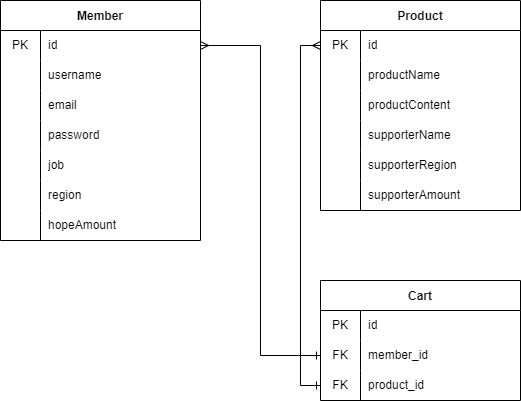
This is src/main/resources/static/Entity.png from leewg97/financial-product-recommendation-service, a draw.io export, as it was before one commit. Source tidied: cells renumbered, new cells last; positions are measured from the earlier drawing's top-left corner, leaving out a move shared by most shapes. Its diagram source:
```xml
<mxGraphModel>
  <root>
    <mxCell id="0" />
    <mxCell id="1" parent="0" />
    <mxCell id="2" value="Member" style="shape=table;startSize=30;rowLines=0;fontStyle=1;" parent="1" vertex="1">
      <mxGeometry width="200" height="240" as="geometry" />
    </mxCell>
    <mxCell id="3" style="shape=tableRow;horizontal=0;startSize=0;swimlaneHead=0;swimlaneBody=0;top=0;left=0;bottom=0;right=0;fillColor=none;points=[[0,0.5],[1,0.5]];portConstraint=eastwest;" parent="2" vertex="1">
      <mxGeometry y="30" width="200" height="30" as="geometry" />
    </mxCell>
    <mxCell id="4" value="PK" style="shape=partialRectangle;html=1;whiteSpace=wrap;fillColor=none;top=0;left=0;bottom=0;right=0;overflow=hidden;" parent="3" vertex="1">
      <mxGeometry width="40" height="30" as="geometry" />
    </mxCell>
    <mxCell id="5" value="id" style="shape=partialRectangle;html=1;whiteSpace=wrap;fillColor=none;top=0;left=0;bottom=0;right=0;align=left;spacingLeft=6;overflow=hidden;" parent="3" vertex="1">
      <mxGeometry x="40" width="160" height="30" as="geometry" />
    </mxCell>
    <mxCell id="6" style="shape=tableRow;horizontal=0;startSize=0;swimlaneHead=0;swimlaneBody=0;top=0;left=0;bottom=0;right=0;fillColor=none;" parent="2" vertex="1">
      <mxGeometry y="60" width="200" height="30" as="geometry" />
    </mxCell>
    <mxCell id="7" style="shape=partialRectangle;html=1;whiteSpace=wrap;fillColor=none;top=0;left=0;bottom=0;right=0;overflow=hidden;" parent="6" vertex="1">
      <mxGeometry width="40" height="30" as="geometry" />
    </mxCell>
    <mxCell id="8" value="username" style="shape=partialRectangle;html=1;whiteSpace=wrap;fillColor=none;top=0;left=0;bottom=0;right=0;align=left;spacingLeft=6;overflow=hidden;" parent="6" vertex="1">
      <mxGeometry x="40" width="160" height="30" as="geometry" />
    </mxCell>
    <mxCell id="9" style="shape=tableRow;horizontal=0;startSize=0;swimlaneHead=0;swimlaneBody=0;top=0;left=0;bottom=0;right=0;fillColor=none;" parent="2" vertex="1">
      <mxGeometry y="90" width="200" height="30" as="geometry" />
    </mxCell>
    <mxCell id="10" style="shape=partialRectangle;html=1;whiteSpace=wrap;fillColor=none;top=0;left=0;bottom=0;right=0;overflow=hidden;" parent="9" vertex="1">
      <mxGeometry width="40" height="30" as="geometry" />
    </mxCell>
    <mxCell id="11" value="email" style="shape=partialRectangle;html=1;whiteSpace=wrap;fillColor=none;top=0;left=0;bottom=0;right=0;align=left;spacingLeft=6;overflow=hidden;" parent="9" vertex="1">
      <mxGeometry x="40" width="160" height="30" as="geometry" />
    </mxCell>
    <mxCell id="12" style="shape=tableRow;horizontal=0;startSize=0;swimlaneHead=0;swimlaneBody=0;top=0;left=0;bottom=0;right=0;fillColor=none;" parent="2" vertex="1">
      <mxGeometry y="120" width="200" height="30" as="geometry" />
    </mxCell>
    <mxCell id="13" style="shape=partialRectangle;html=1;whiteSpace=wrap;fillColor=none;top=0;left=0;bottom=0;right=0;overflow=hidden;" parent="12" vertex="1">
      <mxGeometry width="40" height="30" as="geometry" />
    </mxCell>
    <mxCell id="14" value="password" style="shape=partialRectangle;html=1;whiteSpace=wrap;fillColor=none;top=0;left=0;bottom=0;right=0;align=left;spacingLeft=6;overflow=hidden;" parent="12" vertex="1">
      <mxGeometry x="40" width="160" height="30" as="geometry" />
    </mxCell>
    <mxCell id="15" style="shape=tableRow;horizontal=0;startSize=0;swimlaneHead=0;swimlaneBody=0;top=0;left=0;bottom=0;right=0;fillColor=none;" parent="2" vertex="1">
      <mxGeometry y="150" width="200" height="30" as="geometry" />
    </mxCell>
    <mxCell id="16" style="shape=partialRectangle;html=1;whiteSpace=wrap;fillColor=none;top=0;left=0;bottom=0;right=0;overflow=hidden;" parent="15" vertex="1">
      <mxGeometry width="40" height="30" as="geometry" />
    </mxCell>
    <mxCell id="17" value="job" style="shape=partialRectangle;html=1;whiteSpace=wrap;fillColor=none;top=0;left=0;bottom=0;right=0;align=left;spacingLeft=6;overflow=hidden;" parent="15" vertex="1">
      <mxGeometry x="40" width="160" height="30" as="geometry" />
    </mxCell>
    <mxCell id="18" style="shape=tableRow;horizontal=0;startSize=0;swimlaneHead=0;swimlaneBody=0;top=0;left=0;bottom=0;right=0;fillColor=none;" parent="2" vertex="1">
      <mxGeometry y="180" width="200" height="30" as="geometry" />
    </mxCell>
    <mxCell id="19" style="shape=partialRectangle;html=1;whiteSpace=wrap;fillColor=none;top=0;left=0;bottom=0;right=0;overflow=hidden;" parent="18" vertex="1">
      <mxGeometry width="40" height="30" as="geometry" />
    </mxCell>
    <mxCell id="20" value="region" style="shape=partialRectangle;html=1;whiteSpace=wrap;fillColor=none;top=0;left=0;bottom=0;right=0;align=left;spacingLeft=6;overflow=hidden;" parent="18" vertex="1">
      <mxGeometry x="40" width="160" height="30" as="geometry" />
    </mxCell>
    <mxCell id="21" style="shape=tableRow;horizontal=0;startSize=0;swimlaneHead=0;swimlaneBody=0;top=0;left=0;bottom=0;right=0;fillColor=none;" parent="2" vertex="1">
      <mxGeometry y="210" width="200" height="30" as="geometry" />
    </mxCell>
    <mxCell id="22" style="shape=partialRectangle;html=1;whiteSpace=wrap;fillColor=none;top=0;left=0;bottom=0;right=0;overflow=hidden;" parent="21" vertex="1">
      <mxGeometry width="40" height="30" as="geometry" />
    </mxCell>
    <mxCell id="23" value="hopeAmount" style="shape=partialRectangle;html=1;whiteSpace=wrap;fillColor=none;top=0;left=0;bottom=0;right=0;align=left;spacingLeft=6;overflow=hidden;" parent="21" vertex="1">
      <mxGeometry x="40" width="160" height="30" as="geometry" />
    </mxCell>
    <mxCell id="24" value="Product" style="shape=table;startSize=30;rowLines=0;fontStyle=1;" parent="1" vertex="1">
      <mxGeometry x="320" width="200" height="210" as="geometry" />
    </mxCell>
    <mxCell id="25" style="shape=tableRow;horizontal=0;startSize=0;swimlaneHead=0;swimlaneBody=0;top=0;left=0;bottom=0;right=0;fillColor=none;points=[[0,0.5],[1,0.5]];portConstraint=eastwest;" parent="24" vertex="1">
      <mxGeometry y="30" width="200" height="30" as="geometry" />
    </mxCell>
    <mxCell id="26" value="PK" style="shape=partialRectangle;html=1;whiteSpace=wrap;fillColor=none;top=0;left=0;bottom=0;right=0;overflow=hidden;" parent="25" vertex="1">
      <mxGeometry width="40" height="30" as="geometry" />
    </mxCell>
    <mxCell id="27" value="id" style="shape=partialRectangle;html=1;whiteSpace=wrap;fillColor=none;top=0;left=0;bottom=0;right=0;align=left;spacingLeft=6;overflow=hidden;" parent="25" vertex="1">
      <mxGeometry x="40" width="160" height="30" as="geometry" />
    </mxCell>
    <mxCell id="28" style="shape=tableRow;horizontal=0;startSize=0;swimlaneHead=0;swimlaneBody=0;top=0;left=0;bottom=0;right=0;fillColor=none;" parent="24" vertex="1">
      <mxGeometry y="60" width="200" height="30" as="geometry" />
    </mxCell>
    <mxCell id="29" style="shape=partialRectangle;html=1;whiteSpace=wrap;fillColor=none;top=0;left=0;bottom=0;right=0;overflow=hidden;" parent="28" vertex="1">
      <mxGeometry width="40" height="30" as="geometry" />
    </mxCell>
    <mxCell id="30" value="productName" style="shape=partialRectangle;html=1;whiteSpace=wrap;fillColor=none;top=0;left=0;bottom=0;right=0;align=left;spacingLeft=6;overflow=hidden;" parent="28" vertex="1">
      <mxGeometry x="40" width="160" height="30" as="geometry" />
    </mxCell>
    <mxCell id="31" style="shape=tableRow;horizontal=0;startSize=0;swimlaneHead=0;swimlaneBody=0;top=0;left=0;bottom=0;right=0;fillColor=none;points=[[0,0.5],[1,0.5]];portConstraint=eastwest;" parent="24" vertex="1">
      <mxGeometry y="90" width="200" height="30" as="geometry" />
    </mxCell>
    <mxCell id="32" style="shape=partialRectangle;html=1;whiteSpace=wrap;fillColor=none;top=0;left=0;bottom=0;right=0;overflow=hidden;" parent="31" vertex="1">
      <mxGeometry width="40" height="30" as="geometry" />
    </mxCell>
    <mxCell id="33" value="productContent" style="shape=partialRectangle;html=1;whiteSpace=wrap;fillColor=none;top=0;left=0;bottom=0;right=0;align=left;spacingLeft=6;overflow=hidden;" parent="31" vertex="1">
      <mxGeometry x="40" width="160" height="30" as="geometry" />
    </mxCell>
    <mxCell id="34" style="shape=tableRow;horizontal=0;startSize=0;swimlaneHead=0;swimlaneBody=0;top=0;left=0;bottom=0;right=0;fillColor=none;" parent="24" vertex="1">
      <mxGeometry y="120" width="200" height="30" as="geometry" />
    </mxCell>
    <mxCell id="35" style="shape=partialRectangle;html=1;whiteSpace=wrap;fillColor=none;top=0;left=0;bottom=0;right=0;overflow=hidden;" parent="34" vertex="1">
      <mxGeometry width="40" height="30" as="geometry" />
    </mxCell>
    <mxCell id="36" value="supporterName" style="shape=partialRectangle;html=1;whiteSpace=wrap;fillColor=none;top=0;left=0;bottom=0;right=0;align=left;spacingLeft=6;overflow=hidden;" parent="34" vertex="1">
      <mxGeometry x="40" width="160" height="30" as="geometry" />
    </mxCell>
    <mxCell id="37" style="shape=tableRow;horizontal=0;startSize=0;swimlaneHead=0;swimlaneBody=0;top=0;left=0;bottom=0;right=0;fillColor=none;" parent="24" vertex="1">
      <mxGeometry y="150" width="200" height="30" as="geometry" />
    </mxCell>
    <mxCell id="38" style="shape=partialRectangle;html=1;whiteSpace=wrap;fillColor=none;top=0;left=0;bottom=0;right=0;overflow=hidden;" parent="37" vertex="1">
      <mxGeometry width="40" height="30" as="geometry" />
    </mxCell>
    <mxCell id="39" value="supporterRegion" style="shape=partialRectangle;html=1;whiteSpace=wrap;fillColor=none;top=0;left=0;bottom=0;right=0;align=left;spacingLeft=6;overflow=hidden;" parent="37" vertex="1">
      <mxGeometry x="40" width="160" height="30" as="geometry" />
    </mxCell>
    <mxCell id="40" style="shape=tableRow;horizontal=0;startSize=0;swimlaneHead=0;swimlaneBody=0;top=0;left=0;bottom=0;right=0;fillColor=none;" parent="24" vertex="1">
      <mxGeometry y="180" width="200" height="30" as="geometry" />
    </mxCell>
    <mxCell id="41" style="shape=partialRectangle;html=1;whiteSpace=wrap;fillColor=none;top=0;left=0;bottom=0;right=0;overflow=hidden;" parent="40" vertex="1">
      <mxGeometry width="40" height="30" as="geometry" />
    </mxCell>
    <mxCell id="42" value="supporterAmount" style="shape=partialRectangle;html=1;whiteSpace=wrap;fillColor=none;top=0;left=0;bottom=0;right=0;align=left;spacingLeft=6;overflow=hidden;" parent="40" vertex="1">
      <mxGeometry x="40" width="160" height="30" as="geometry" />
    </mxCell>
    <mxCell id="43" value="Cart" style="shape=table;startSize=30;rowLines=0;fontStyle=1;" parent="1" vertex="1">
      <mxGeometry x="320" y="280" width="200" height="120" as="geometry" />
    </mxCell>
    <mxCell id="44" style="shape=tableRow;horizontal=0;startSize=0;swimlaneHead=0;swimlaneBody=0;top=0;left=0;bottom=0;right=0;fillColor=none;" parent="43" vertex="1">
      <mxGeometry y="30" width="200" height="30" as="geometry" />
    </mxCell>
    <mxCell id="45" value="PK" style="shape=partialRectangle;html=1;whiteSpace=wrap;fillColor=none;top=0;left=0;bottom=0;right=0;overflow=hidden;" parent="44" vertex="1">
      <mxGeometry width="40" height="30" as="geometry" />
    </mxCell>
    <mxCell id="46" value="id" style="shape=partialRectangle;html=1;whiteSpace=wrap;fillColor=none;top=0;left=0;bottom=0;right=0;align=left;spacingLeft=6;overflow=hidden;" parent="44" vertex="1">
      <mxGeometry x="40" width="160" height="30" as="geometry" />
    </mxCell>
    <mxCell id="47" style="shape=tableRow;horizontal=0;startSize=0;swimlaneHead=0;swimlaneBody=0;top=0;left=0;bottom=0;right=0;fillColor=none;points=[[0,0.5],[1,0.5]];portConstraint=eastwest;" parent="43" vertex="1">
      <mxGeometry y="60" width="200" height="30" as="geometry" />
    </mxCell>
    <mxCell id="48" value="FK" style="shape=partialRectangle;html=1;whiteSpace=wrap;fillColor=none;top=0;left=0;bottom=0;right=0;overflow=hidden;" parent="47" vertex="1">
      <mxGeometry width="40" height="30" as="geometry" />
    </mxCell>
    <mxCell id="49" value="member_id" style="shape=partialRectangle;html=1;whiteSpace=wrap;fillColor=none;top=0;left=0;bottom=0;right=0;align=left;spacingLeft=6;overflow=hidden;" parent="47" vertex="1">
      <mxGeometry x="40" width="160" height="30" as="geometry" />
    </mxCell>
    <mxCell id="50" style="shape=tableRow;horizontal=0;startSize=0;swimlaneHead=0;swimlaneBody=0;top=0;left=0;bottom=0;right=0;fillColor=none;points=[[0,0.5],[1,0.5]];portConstraint=eastwest;" parent="43" vertex="1">
      <mxGeometry y="90" width="200" height="30" as="geometry" />
    </mxCell>
    <mxCell id="51" value="FK" style="shape=partialRectangle;html=1;whiteSpace=wrap;fillColor=none;top=0;left=0;bottom=0;right=0;overflow=hidden;" parent="50" vertex="1">
      <mxGeometry width="40" height="30" as="geometry" />
    </mxCell>
    <mxCell id="52" value="product_id" style="shape=partialRectangle;html=1;whiteSpace=wrap;fillColor=none;top=0;left=0;bottom=0;right=0;align=left;spacingLeft=6;overflow=hidden;" parent="50" vertex="1">
      <mxGeometry x="40" width="160" height="30" as="geometry" />
    </mxCell>
    <mxCell id="53" style="edgeStyle=orthogonalEdgeStyle;rounded=0;jettySize=auto;html=1;exitX=0;exitY=0.5;exitDx=0;exitDy=0;entryX=0;entryY=0.5;entryDx=0;entryDy=0;endArrow=ERone;endFill=0;startArrow=ERmany;startFill=0;" parent="1" edge="1" source="25" target="50">
      <mxGeometry relative="1" as="geometry" />
    </mxCell>
    <mxCell id="54" style="edgeStyle=orthogonalEdgeStyle;rounded=0;jettySize=auto;html=1;exitX=1;exitY=0.5;exitDx=0;exitDy=0;startArrow=ERmany;startFill=0;endArrow=ERone;endFill=0;" parent="1" edge="1" source="3" target="47">
      <mxGeometry relative="1" as="geometry" />
    </mxCell>
  </root>
</mxGraphModel>
```
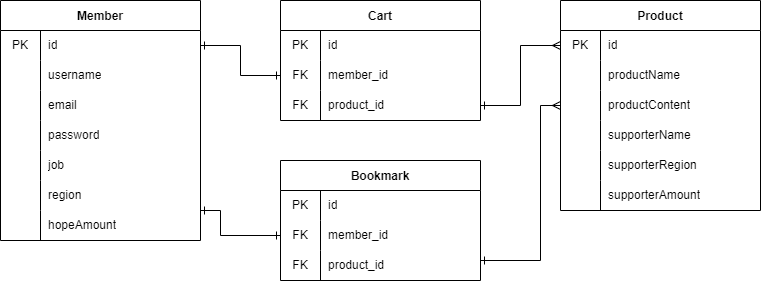
The same file after the commit.

Commit message:
asset : Add ERD

The edit, as a diff of the source:
```diff
@@ -69,7 +69,7 @@
       <mxGeometry x="40" width="160" height="30" as="geometry" />
     </mxCell>
     <mxCell id="24" value="Product" style="shape=table;startSize=30;rowLines=0;fontStyle=1;" parent="1" vertex="1">
-      <mxGeometry x="320" width="200" height="210" as="geometry" />
+      <mxGeometry x="560" width="200" height="210" as="geometry" />
     </mxCell>
     <mxCell id="25" style="shape=tableRow;horizontal=0;startSize=0;swimlaneHead=0;swimlaneBody=0;top=0;left=0;bottom=0;right=0;fillColor=none;points=[[0,0.5],[1,0.5]];portConstraint=eastwest;" parent="24" vertex="1">
       <mxGeometry y="30" width="200" height="30" as="geometry" />
@@ -126,7 +126,7 @@
       <mxGeometry x="40" width="160" height="30" as="geometry" />
     </mxCell>
     <mxCell id="43" value="Cart" style="shape=table;startSize=30;rowLines=0;fontStyle=1;" parent="1" vertex="1">
-      <mxGeometry x="320" y="280" width="200" height="120" as="geometry" />
+      <mxGeometry x="280" width="200" height="120" as="geometry" />
     </mxCell>
     <mxCell id="44" style="shape=tableRow;horizontal=0;startSize=0;swimlaneHead=0;swimlaneBody=0;top=0;left=0;bottom=0;right=0;fillColor=none;" parent="43" vertex="1">
       <mxGeometry y="30" width="200" height="30" as="geometry" />
@@ -155,11 +155,59 @@
     <mxCell id="52" value="product_id" style="shape=partialRectangle;html=1;whiteSpace=wrap;fillColor=none;top=0;left=0;bottom=0;right=0;align=left;spacingLeft=6;overflow=hidden;" parent="50" vertex="1">
       <mxGeometry x="40" width="160" height="30" as="geometry" />
     </mxCell>
-    <mxCell id="53" style="edgeStyle=orthogonalEdgeStyle;rounded=0;jettySize=auto;html=1;exitX=0;exitY=0.5;exitDx=0;exitDy=0;entryX=0;entryY=0.5;entryDx=0;entryDy=0;endArrow=ERone;endFill=0;startArrow=ERmany;startFill=0;" parent="1" edge="1" source="25" target="50">
-      <mxGeometry relative="1" as="geometry" />
-    </mxCell>
-    <mxCell id="54" style="edgeStyle=orthogonalEdgeStyle;rounded=0;jettySize=auto;html=1;exitX=1;exitY=0.5;exitDx=0;exitDy=0;startArrow=ERmany;startFill=0;endArrow=ERone;endFill=0;" parent="1" edge="1" source="3" target="47">
+    <mxCell id="54" style="edgeStyle=orthogonalEdgeStyle;rounded=0;jettySize=auto;html=1;exitX=1;exitY=0.5;exitDx=0;exitDy=0;entryX=0;entryY=0.5;entryDx=0;entryDy=0;startArrow=ERone;startFill=0;endArrow=ERone;endFill=0;" parent="1" edge="1" source="3" target="47">
       <mxGeometry relative="1" as="geometry" />
     </mxCell>
+    <mxCell id="55" style="edgeStyle=orthogonalEdgeStyle;rounded=0;jettySize=auto;html=1;exitX=1;exitY=0.5;exitDx=0;exitDy=0;startArrow=ERone;startFill=0;endArrow=ERmany;endFill=0;" parent="1" edge="1" source="50" target="25">
+      <mxGeometry relative="1" as="geometry" />
+    </mxCell>
+    <mxCell id="56" value="Bookmark" style="shape=table;startSize=30;rowLines=0;fontStyle=1;" parent="1" vertex="1">
+      <mxGeometry x="280" y="160" width="200" height="120" as="geometry" />
+    </mxCell>
+    <mxCell id="57" style="shape=tableRow;horizontal=0;startSize=0;swimlaneHead=0;swimlaneBody=0;top=0;left=0;bottom=0;right=0;fillColor=none;" parent="56" vertex="1">
+      <mxGeometry y="30" width="200" height="30" as="geometry" />
+    </mxCell>
+    <mxCell id="58" value="PK" style="shape=partialRectangle;html=1;whiteSpace=wrap;fillColor=none;top=0;left=0;bottom=0;right=0;overflow=hidden;" parent="57" vertex="1">
+      <mxGeometry width="40" height="30" as="geometry" />
+    </mxCell>
+    <mxCell id="59" value="id" style="shape=partialRectangle;html=1;whiteSpace=wrap;fillColor=none;top=0;left=0;bottom=0;right=0;align=left;spacingLeft=6;overflow=hidden;" parent="57" vertex="1">
+      <mxGeometry x="40" width="160" height="30" as="geometry" />
+    </mxCell>
+    <mxCell id="60" style="shape=tableRow;horizontal=0;startSize=0;swimlaneHead=0;swimlaneBody=0;top=0;left=0;bottom=0;right=0;fillColor=none;points=[[0,0.5],[1,0.5]];portConstraint=eastwest;" parent="56" vertex="1">
+      <mxGeometry y="60" width="200" height="30" as="geometry" />
+    </mxCell>
+    <mxCell id="61" value="FK" style="shape=partialRectangle;html=1;whiteSpace=wrap;fillColor=none;top=0;left=0;bottom=0;right=0;overflow=hidden;" parent="60" vertex="1">
+      <mxGeometry width="40" height="30" as="geometry" />
+    </mxCell>
+    <mxCell id="62" value="member_id" style="shape=partialRectangle;html=1;whiteSpace=wrap;fillColor=none;top=0;left=0;bottom=0;right=0;align=left;spacingLeft=6;overflow=hidden;" parent="60" vertex="1">
+      <mxGeometry x="40" width="160" height="30" as="geometry" />
+    </mxCell>
+    <mxCell id="63" style="shape=tableRow;horizontal=0;startSize=0;swimlaneHead=0;swimlaneBody=0;top=0;left=0;bottom=0;right=0;fillColor=none;" parent="56" vertex="1">
+      <mxGeometry y="90" width="200" height="30" as="geometry" />
+    </mxCell>
+    <mxCell id="64" value="FK" style="shape=partialRectangle;html=1;whiteSpace=wrap;fillColor=none;top=0;left=0;bottom=0;right=0;overflow=hidden;" parent="63" vertex="1">
+      <mxGeometry width="40" height="30" as="geometry" />
+    </mxCell>
+    <mxCell id="65" value="product_id" style="shape=partialRectangle;html=1;whiteSpace=wrap;fillColor=none;top=0;left=0;bottom=0;right=0;align=left;spacingLeft=6;overflow=hidden;" parent="63" vertex="1">
+      <mxGeometry x="40" width="160" height="30" as="geometry" />
+    </mxCell>
+    <mxCell id="66" style="edgeStyle=orthogonalEdgeStyle;rounded=0;jettySize=auto;html=1;exitX=1;exitY=0.5;exitDx=0;exitDy=0;startArrow=ERone;startFill=0;endArrow=ERone;endFill=0;entryX=0;entryY=0.5;entryDx=0;entryDy=0;" parent="1" edge="1" target="60">
+      <mxGeometry relative="1" as="geometry">
+        <mxPoint x="200" y="210" as="sourcePoint" />
+        <Array as="points">
+          <mxPoint x="220" y="210" />
+          <mxPoint x="220" y="235" />
+        </Array>
+      </mxGeometry>
+    </mxCell>
+    <mxCell id="67" style="edgeStyle=orthogonalEdgeStyle;rounded=0;jettySize=auto;html=1;exitX=1;exitY=0.5;exitDx=0;exitDy=0;startArrow=ERone;startFill=0;endArrow=ERmany;endFill=0;entryX=0;entryY=0.5;entryDx=0;entryDy=0;" parent="1" edge="1" target="31">
+      <mxGeometry relative="1" as="geometry">
+        <mxPoint x="480" y="260" as="sourcePoint" />
+        <Array as="points">
+          <mxPoint x="540" y="260" />
+          <mxPoint x="540" y="105" />
+        </Array>
+      </mxGeometry>
+    </mxCell>
   </root>
 </mxGraphModel>
```
